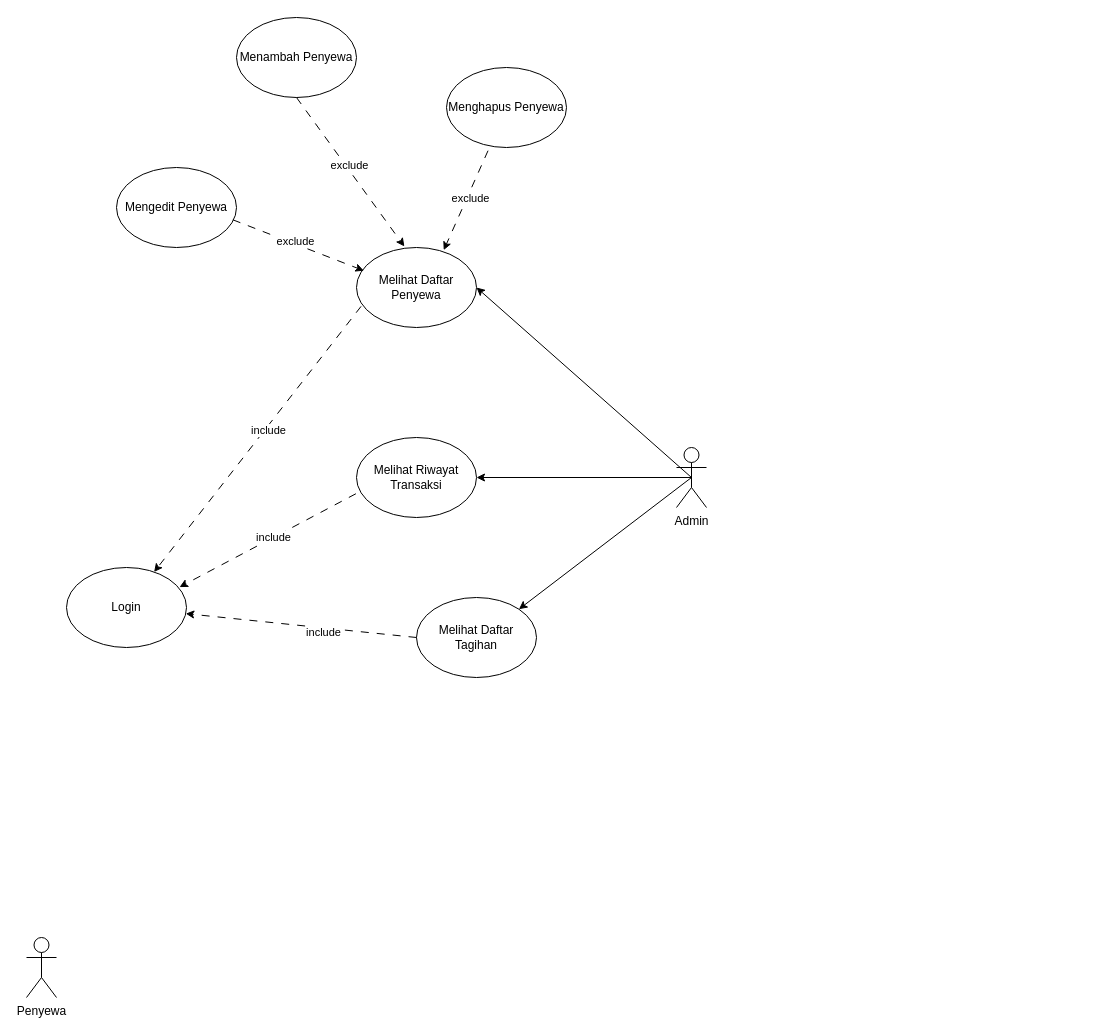
Above: usecase_skripsi.drawio in juanangelaalma/uml (draw.io), before the change. Source tidied: cells renumbered, new cells numbered last; positions are measured from the earlier drawing's top-left corner, leaving out a move shared by most shapes. Both pictures are drawn from the tidied source at 100%, with x=0, y=0 at pixel (26, 17).
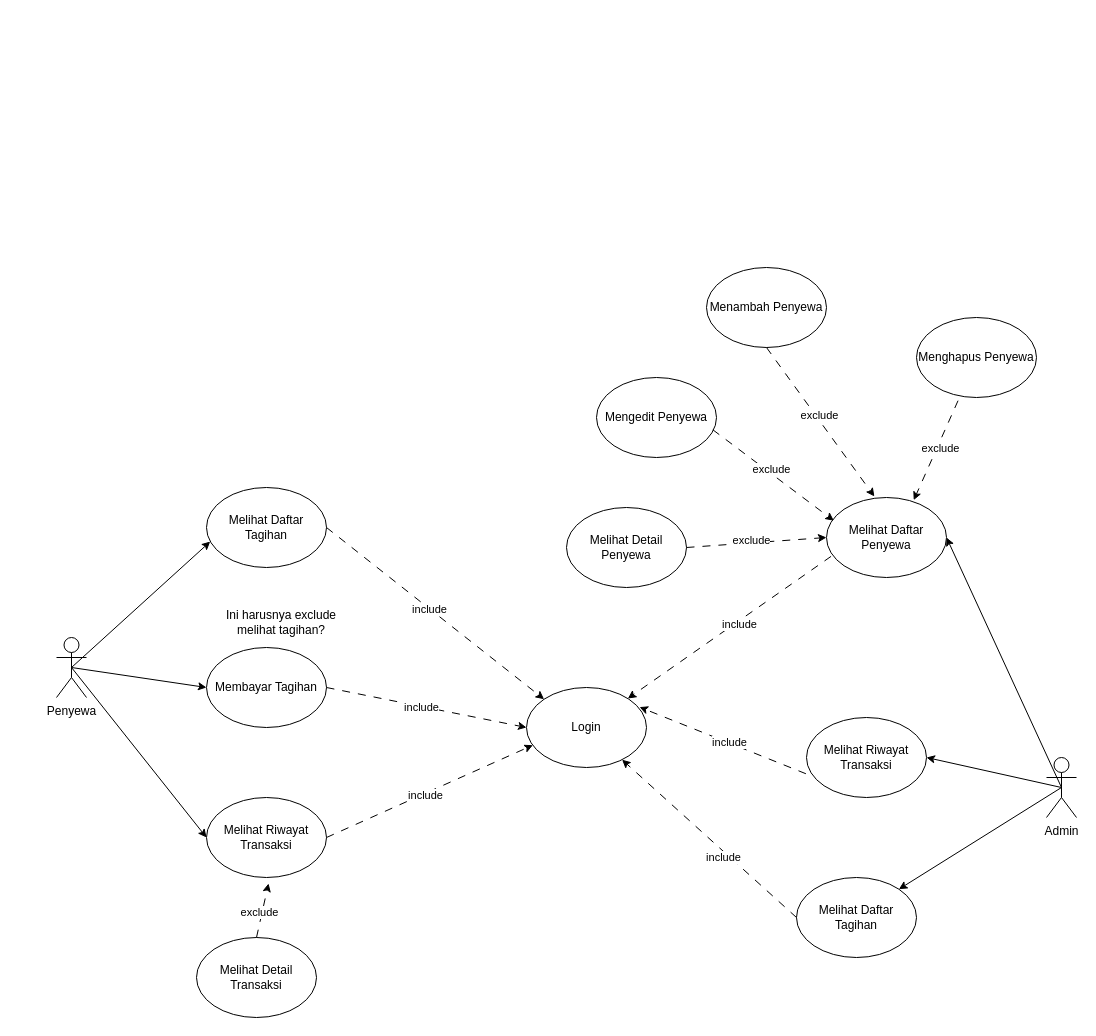
The same diagram, later.

Diff of the diagram source:
```diff
@@
     <mxCell id="2" value="Admin" style="shape=umlActor;verticalLabelPosition=bottom;verticalAlign=top;html=1;outlineConnect=0;" parent="1" vertex="1">
-      <mxGeometry x="650" y="430" width="30" height="60" as="geometry" />
+      <mxGeometry x="1020" y="740" width="30" height="60" as="geometry" />
     </mxCell>
     <mxCell id="3" value="Penyewa" style="shape=umlActor;verticalLabelPosition=bottom;verticalAlign=top;html=1;outlineConnect=0;" parent="1" vertex="1">
-      <mxGeometry y="920" width="30" height="60" as="geometry" />
+      <mxGeometry x="30" y="620" width="30" height="60" as="geometry" />
     </mxCell>
     <mxCell id="4" value="Login" style="ellipse;whiteSpace=wrap;html=1;" parent="1" vertex="1">
-      <mxGeometry x="40" y="550" width="120" height="80" as="geometry" />
+      <mxGeometry x="500" y="670" width="120" height="80" as="geometry" />
     </mxCell>
     <mxCell id="5" value="Melihat Daftar Penyewa" style="ellipse;whiteSpace=wrap;html=1;" parent="1" vertex="1">
-      <mxGeometry x="330" y="230" width="120" height="80" as="geometry" />
+      <mxGeometry x="800" y="480" width="120" height="80" as="geometry" />
     </mxCell>
     <mxCell id="6" value="Melihat Riwayat Transaksi" style="ellipse;whiteSpace=wrap;html=1;" parent="1" vertex="1">
-      <mxGeometry x="330" y="420" width="120" height="80" as="geometry" />
+      <mxGeometry x="780" y="700" width="120" height="80" as="geometry" />
     </mxCell>
     <mxCell id="7" value="Melihat Daftar Tagihan" style="ellipse;whiteSpace=wrap;html=1;" parent="1" vertex="1">
-      <mxGeometry x="390" y="580" width="120" height="80" as="geometry" />
+      <mxGeometry x="770" y="860" width="120" height="80" as="geometry" />
     </mxCell>
@@
     <mxCell id="17" value="Menambah Penyewa" style="ellipse;whiteSpace=wrap;html=1;" parent="1" vertex="1">
-      <mxGeometry x="210" width="120" height="80" as="geometry" />
+      <mxGeometry x="680" y="250" width="120" height="80" as="geometry" />
     </mxCell>
     <mxCell id="18" value="Menghapus Penyewa" style="ellipse;whiteSpace=wrap;html=1;" parent="1" vertex="1">
-      <mxGeometry x="420" y="50" width="120" height="80" as="geometry" />
+      <mxGeometry x="890" y="300" width="120" height="80" as="geometry" />
     </mxCell>
     <mxCell id="19" value="Mengedit Penyewa" style="ellipse;whiteSpace=wrap;html=1;" parent="1" vertex="1">
-      <mxGeometry x="90" y="150" width="120" height="80" as="geometry" />
+      <mxGeometry x="570" y="360" width="120" height="80" as="geometry" />
     </mxCell>
@@
+    <mxCell id="26" value="Melihat Detail Penyewa" style="ellipse;whiteSpace=wrap;html=1;" parent="1" vertex="1">
+      <mxGeometry x="540" y="490" width="120" height="80" as="geometry" />
+    </mxCell>
+    <mxCell id="27" style="endArrow=classic;html=1;rounded=0;exitX=1;exitY=0.5;exitDx=0;exitDy=0;dashed=1;dashPattern=8 8;entryX=0;entryY=0.5;entryDx=0;entryDy=0;" parent="1" edge="1" source="26" target="5">
+      <mxGeometry relative="1" as="geometry" />
+    </mxCell>
+    <mxCell id="28" value="exclude" style="edgeLabel;html=1;align=center;verticalAlign=middle;" parent="27" vertex="1">
+      <mxGeometry x="-0.08" y="3" relative="1" as="geometry" />
+    </mxCell>
+    <mxCell id="29" value="Melihat Daftar Tagihan" style="ellipse;whiteSpace=wrap;html=1;" parent="1" vertex="1">
+      <mxGeometry x="180" y="470" width="120" height="80" as="geometry" />
+    </mxCell>
+    <mxCell id="30" value="Membayar Tagihan" style="ellipse;whiteSpace=wrap;html=1;" parent="1" vertex="1">
+      <mxGeometry x="180" y="630" width="120" height="80" as="geometry" />
+    </mxCell>
+    <mxCell id="31" value="Melihat Riwayat Transaksi" style="ellipse;whiteSpace=wrap;html=1;" parent="1" vertex="1">
+      <mxGeometry x="180" y="780" width="120" height="80" as="geometry" />
+    </mxCell>
+    <mxCell id="32" value="Melihat Detail Transaksi" style="ellipse;whiteSpace=wrap;html=1;" parent="1" vertex="1">
+      <mxGeometry x="170" y="920" width="120" height="80" as="geometry" />
+    </mxCell>
+    <mxCell id="33" style="endArrow=classic;html=1;rounded=0;exitX=0.5;exitY=0;exitDx=0;exitDy=0;dashed=1;dashPattern=8 8;entryX=0.517;entryY=1.075;entryDx=0;entryDy=0;entryPerimeter=0;" parent="1" edge="1" source="32" target="31">
+      <mxGeometry relative="1" as="geometry" />
+    </mxCell>
+    <mxCell id="34" value="exclude" style="edgeLabel;html=1;align=center;verticalAlign=middle;" parent="33" vertex="1">
+      <mxGeometry x="-0.08" y="3" relative="1" as="geometry" />
+    </mxCell>
+    <mxCell id="35" style="endArrow=classic;html=1;rounded=0;entryX=0;entryY=0.5;entryDx=0;entryDy=0;exitX=0.5;exitY=0.5;exitDx=0;exitDy=0;exitPerimeter=0;" parent="1" edge="1" source="3" target="31">
+      <mxGeometry relative="1" as="geometry" />
+    </mxCell>
+    <mxCell id="36" style="endArrow=classic;html=1;rounded=0;entryX=0;entryY=0.5;entryDx=0;entryDy=0;exitX=0.5;exitY=0.5;exitDx=0;exitDy=0;exitPerimeter=0;" parent="1" edge="1" source="3" target="30">
+      <mxGeometry relative="1" as="geometry" />
+    </mxCell>
+    <mxCell id="37" style="endArrow=classic;html=1;rounded=0;entryX=0.031;entryY=0.676;entryDx=0;entryDy=0;exitX=0.5;exitY=0.5;exitDx=0;exitDy=0;exitPerimeter=0;entryPerimeter=0;" parent="1" edge="1" source="3" target="29">
+      <mxGeometry relative="1" as="geometry" />
+    </mxCell>
+    <mxCell id="38" style="endArrow=classic;html=1;rounded=0;entryX=0;entryY=0;entryDx=0;entryDy=0;exitX=1;exitY=0.5;exitDx=0;exitDy=0;dashed=1;dashPattern=8 8;" parent="1" edge="1" source="29" target="4">
+      <mxGeometry relative="1" as="geometry" />
+    </mxCell>
+    <mxCell id="39" value="include" style="edgeLabel;html=1;align=center;verticalAlign=middle;" parent="38" vertex="1">
+      <mxGeometry x="-0.06" y="-1" relative="1" as="geometry">
+        <mxPoint x="1" as="offset" />
+      </mxGeometry>
+    </mxCell>
+    <mxCell id="40" style="endArrow=classic;html=1;rounded=0;entryX=0;entryY=0.5;entryDx=0;entryDy=0;exitX=1;exitY=0.5;exitDx=0;exitDy=0;dashed=1;dashPattern=8 8;" parent="1" edge="1" source="30" target="4">
+      <mxGeometry relative="1" as="geometry" />
+    </mxCell>
+    <mxCell id="41" value="include" style="edgeLabel;html=1;align=center;verticalAlign=middle;" parent="40" vertex="1">
+      <mxGeometry x="-0.06" y="-1" relative="1" as="geometry">
+        <mxPoint x="1" as="offset" />
+      </mxGeometry>
+    </mxCell>
+    <mxCell id="42" style="endArrow=classic;html=1;rounded=0;entryX=0.053;entryY=0.721;entryDx=0;entryDy=0;exitX=1;exitY=0.5;exitDx=0;exitDy=0;dashed=1;dashPattern=8 8;entryPerimeter=0;" parent="1" edge="1" source="31" target="4">
+      <mxGeometry relative="1" as="geometry" />
+    </mxCell>
+    <mxCell id="43" value="include" style="edgeLabel;html=1;align=center;verticalAlign=middle;" parent="42" vertex="1">
+      <mxGeometry x="-0.06" y="-1" relative="1" as="geometry">
+        <mxPoint x="1" as="offset" />
+      </mxGeometry>
+    </mxCell>
+    <mxCell id="44" value="Ini harusnya exclude melihat tagihan?" style="text;html=1;align=center;verticalAlign=middle;whiteSpace=wrap;rounded=0;" parent="1" vertex="1">
+      <mxGeometry x="180" y="590" width="150" height="30" as="geometry" />
+    </mxCell>
```
